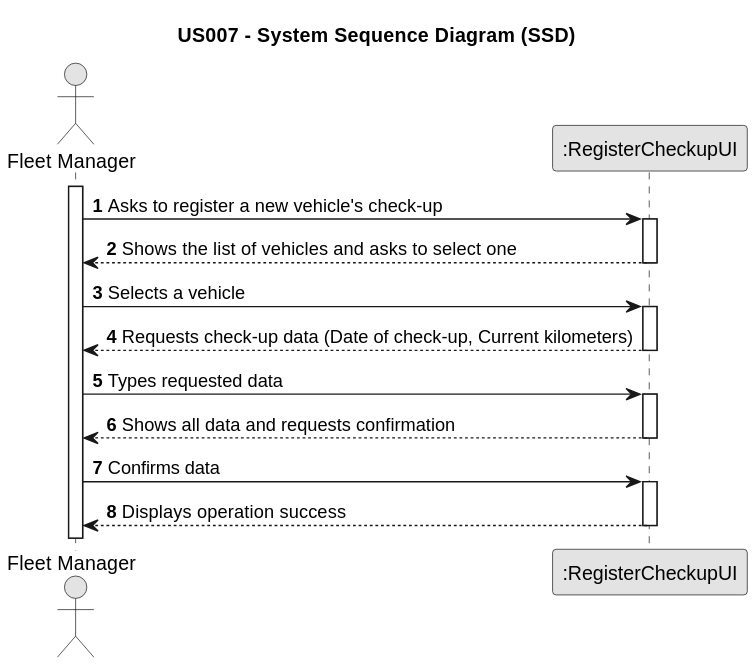
Rui-San/LAPR2_2023_2024 keeps this PlantUML diagram as docs/sprintB/us007/01.requirements-engineering/svg/us007-system-sequence-diagram.svg. Above is the earlier version. Source of this version:
```plantuml
@startuml
skinparam monochrome true
skinparam packageStyle rectangle
skinparam shadowing false

title US007 - System Sequence Diagram (SSD)

autonumber

actor "Fleet Manager" as Employee
participant ":RegisterCheckupUI" as System

activate Employee

    Employee -> System : Asks to register a new vehicle's check-up
    activate System

        System --> Employee : Shows the list of vehicles and asks to select one
    deactivate System

    Employee -> System : Selects a vehicle
    activate System

        System --> Employee : Requests check-up data (Date of check-up, Current kilometers)
    deactivate System

    Employee -> System : Types requested data
    activate System

        System --> Employee : Shows all data and requests confirmation
    deactivate System

    Employee -> System : Confirms data
    activate System

        System --> Employee : Displays operation success
    deactivate System
@enduml
```
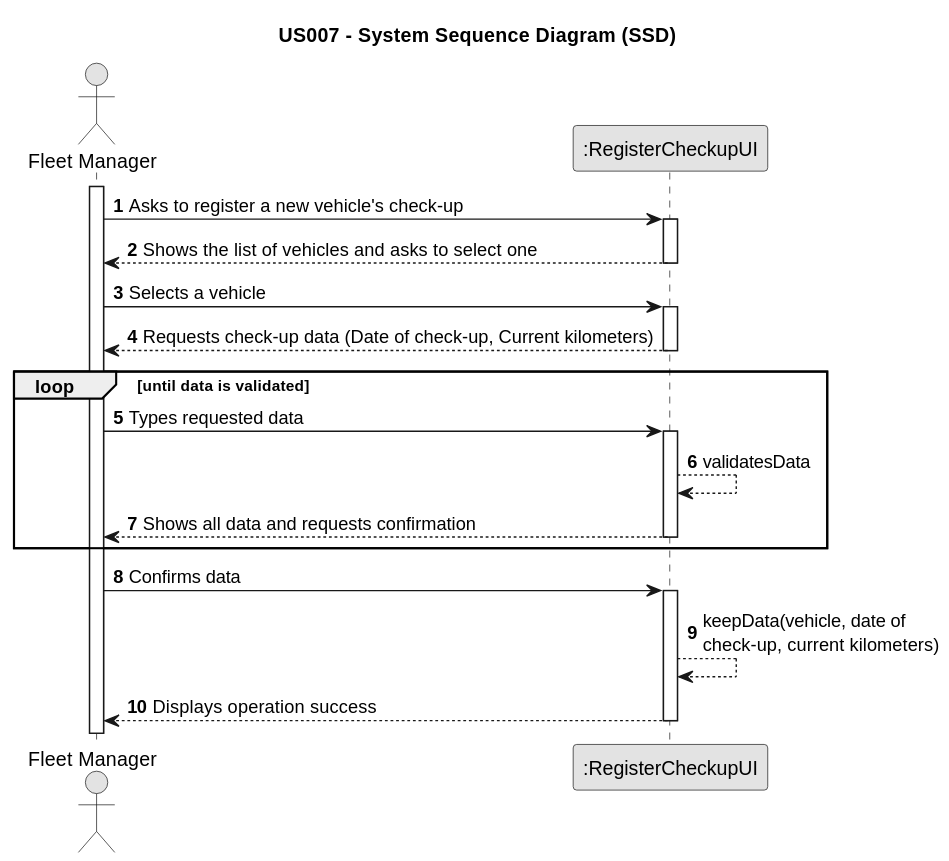
The same diagram one commit later.

Commit message:
US007: Fixed SSD with validation loop by system.

Created the new .svg

The edit, as a diff of the source:
```diff
@@ -23,16 +23,18 @@
 
         System --> Employee : Requests check-up data (Date of check-up, Current kilometers)
     deactivate System
-
+    loop until data is validated
     Employee -> System : Types requested data
     activate System
-
+        System --> System : validatesData
         System --> Employee : Shows all data and requests confirmation
     deactivate System
 
+    end loop
+
     Employee -> System : Confirms data
     activate System
-
+        System --> System : keepData(vehicle, date of \ncheck-up, current kilometers)
         System --> Employee : Displays operation success
     deactivate System
 @enduml
```
